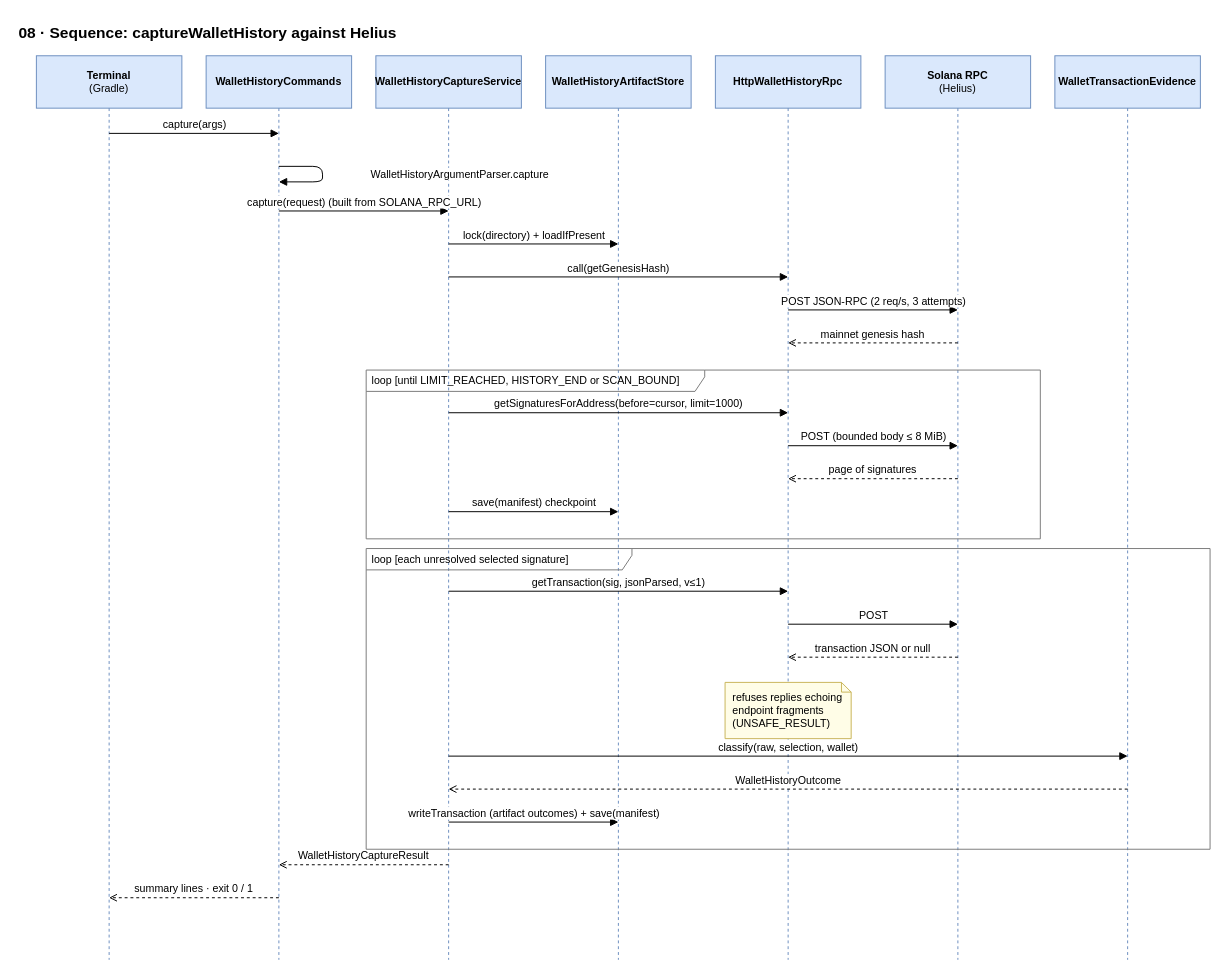
This is docs/architecture/diagrams/08-seq-wallet-capture.drawio from Bakhtiyor22/trenching-bot, a draw.io file, before an edit. Source tidied: cells renumbered, new cells numbered last; positions are measured from the earlier drawing's top-left corner, leaving out a move shared by most shapes. Both pictures are drawn from the tidied source at 97%, with x=0, y=0 at pixel (16, 16).
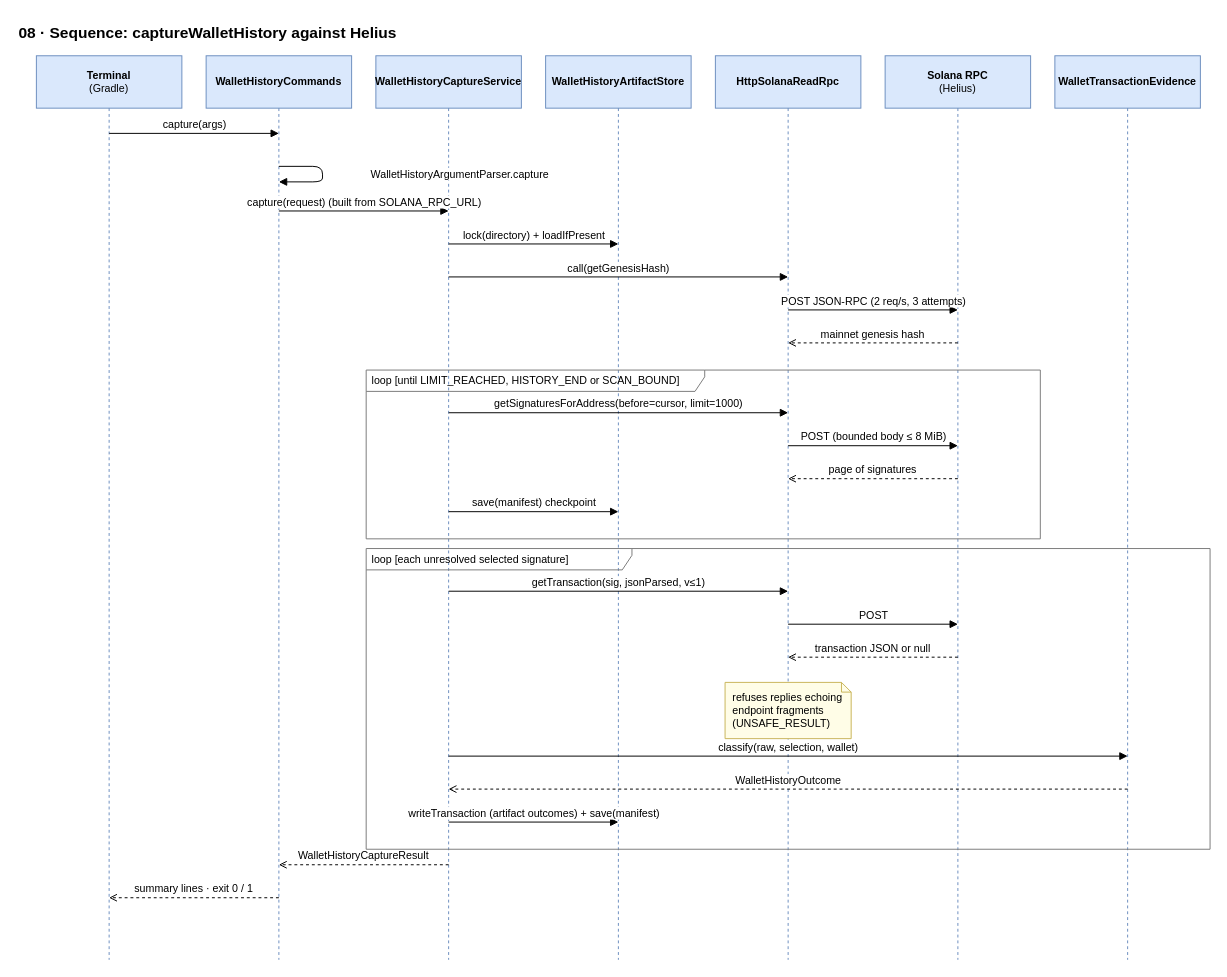
The same diagram, later.

The edit, as a diff of the source:
```diff
@@
-    <mxCell id="5" value="&lt;b&gt;HttpWalletHistoryRpc&lt;/b&gt;" style="shape=umlLifeline;perimeter=lifelinePerimeter;whiteSpace=wrap;html=1;size=54;fillColor=#dae8fc;strokeColor=#6c8ebf;fontSize=11;" parent="1" vertex="1">
+    <mxCell id="5" value="&lt;b&gt;HttpSolanaReadRpc&lt;/b&gt;" style="shape=umlLifeline;perimeter=lifelinePerimeter;whiteSpace=wrap;html=1;size=54;fillColor=#dae8fc;strokeColor=#6c8ebf;fontSize=11;" parent="1" vertex="1">
       <mxGeometry x="720" y="40" width="150" height="932" as="geometry" />
     </mxCell>
```
